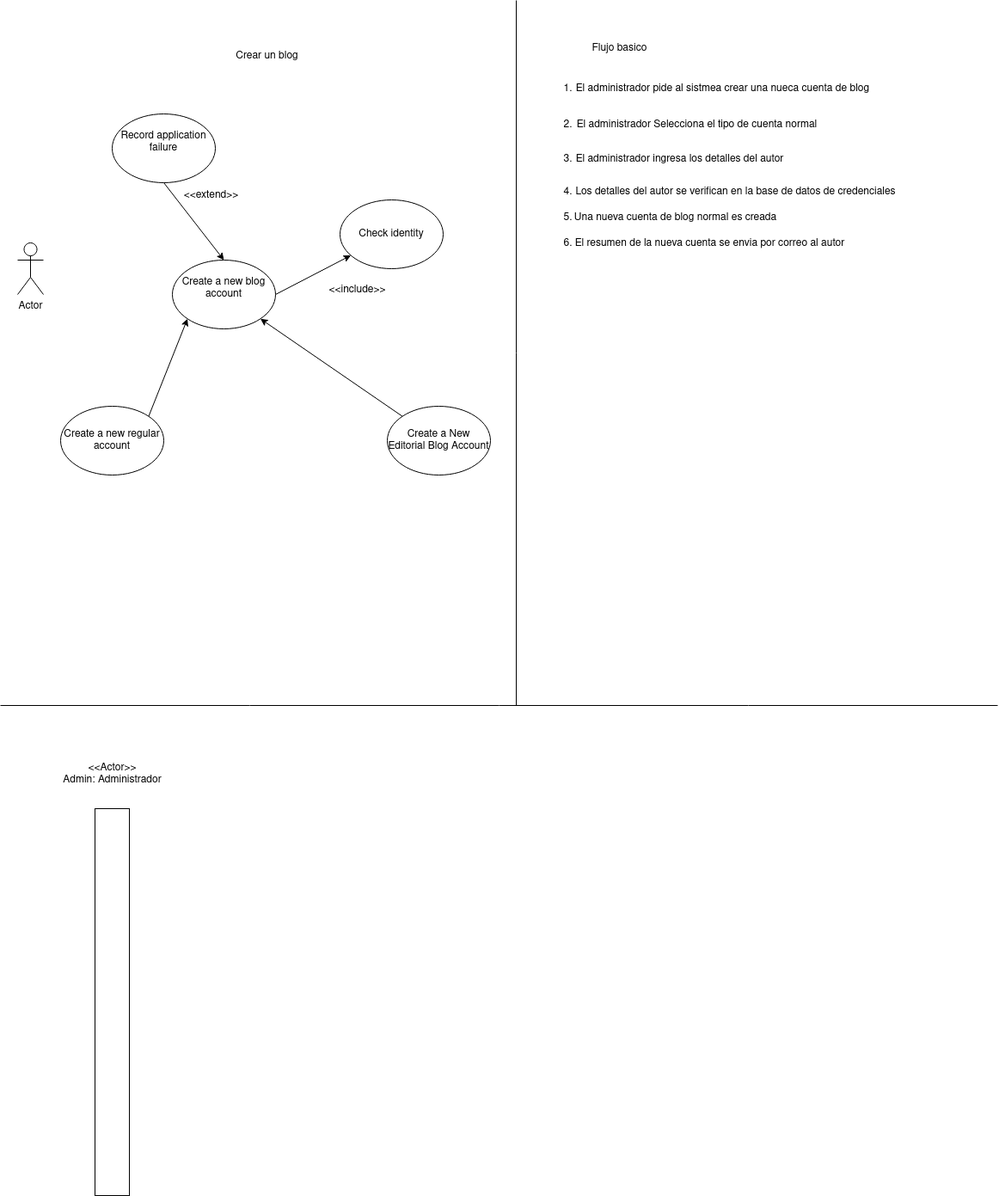
GermanOjeda/Tarea-ETS keeps this draw.io diagram as DSejemplo.drawio.png. Above is the earlier version. Source tidied: cells renumbered, new cells last; positions are measured from the earlier drawing's top-left corner, leaving out a move shared by most shapes.
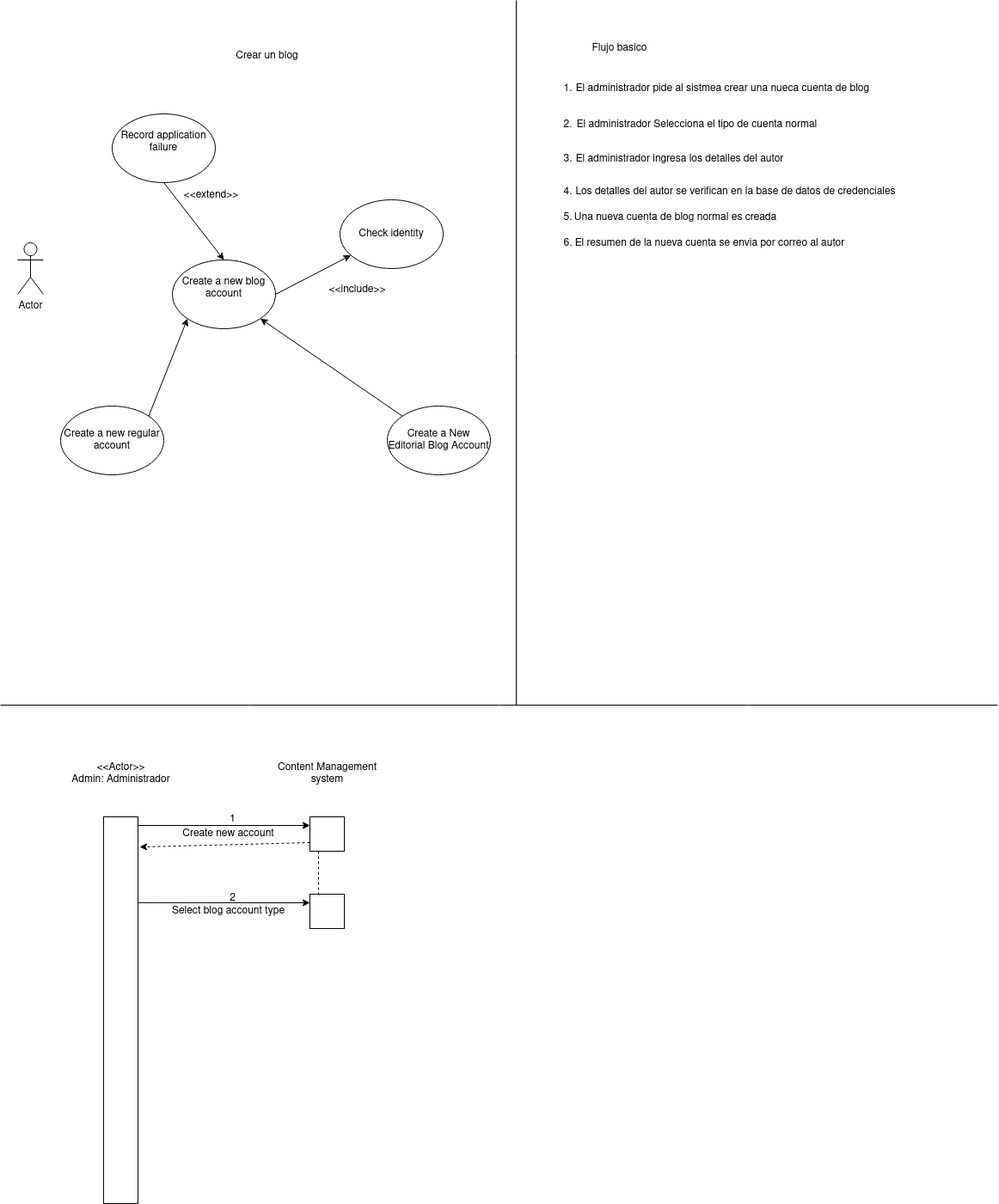
After the change.

Diff of the diagram source:
```diff
@@ -87,10 +87,10 @@
       <mxGeometry x="655" y="268" width="340" height="30" as="geometry" />
     </mxCell>
     <mxCell id="29" value="&lt;div&gt;&amp;lt;&amp;lt;Actor&amp;gt;&amp;gt;&lt;/div&gt;&lt;div&gt;Admin: Administrador&lt;br&gt;&lt;/div&gt;" style="text;html=1;align=center;verticalAlign=middle;strokeColor=none;fillColor=none;" parent="1" vertex="1">
-      <mxGeometry x="60" y="880" width="140" height="40" as="geometry" />
+      <mxGeometry x="70" y="880" width="140" height="40" as="geometry" />
     </mxCell>
     <mxCell id="30" style="rounded=0;whiteSpace=wrap;html=1;" parent="1" vertex="1">
-      <mxGeometry x="110" y="940" width="40" height="450" as="geometry" />
+      <mxGeometry x="120" y="950" width="40" height="450" as="geometry" />
     </mxCell>
     <mxCell id="31" style="endArrow=none;html=1;rounded=0;" parent="1" edge="1">
       <mxGeometry relative="1" as="geometry">
@@ -98,5 +98,42 @@
         <mxPoint x="1160" y="820" as="targetPoint" />
       </mxGeometry>
     </mxCell>
+    <mxCell id="32" value="&lt;div&gt;Content Management&lt;/div&gt;&lt;div&gt;system&lt;br&gt;&lt;/div&gt;" style="text;html=1;align=center;verticalAlign=middle;strokeColor=none;fillColor=none;" parent="1" vertex="1">
+      <mxGeometry x="310" y="880" width="140" height="40" as="geometry" />
+    </mxCell>
+    <mxCell id="33" style="rounded=0;whiteSpace=wrap;html=1;" parent="1" vertex="1">
+      <mxGeometry x="360" y="950" width="40" height="40" as="geometry" />
+    </mxCell>
+    <mxCell id="34" style="edgeStyle=none;jettySize=auto;html=1;rounded=0;entryX=0;entryY=0.25;entryDx=0;entryDy=0;" parent="1" edge="1" target="33">
+      <mxGeometry relative="1" as="geometry">
+        <mxPoint x="160" y="960" as="sourcePoint" />
+      </mxGeometry>
+    </mxCell>
+    <mxCell id="35" value="1" style="text;html=1;align=center;verticalAlign=middle;strokeColor=none;fillColor=none;" parent="1" vertex="1">
+      <mxGeometry x="255" y="938" width="30" height="30" as="geometry" />
+    </mxCell>
+    <mxCell id="36" value="Create new account" style="text;html=1;align=center;verticalAlign=middle;strokeColor=none;fillColor=none;" parent="1" vertex="1">
+      <mxGeometry x="200" y="955" width="130" height="30" as="geometry" />
+    </mxCell>
+    <mxCell id="37" style="rounded=0;whiteSpace=wrap;html=1;" parent="1" vertex="1">
+      <mxGeometry x="360" y="1040" width="40" height="40" as="geometry" />
+    </mxCell>
+    <mxCell id="38" style="edgeStyle=none;jettySize=auto;html=1;rounded=0;dashed=1;entryX=1.05;entryY=0.078;entryDx=0;entryDy=0;entryPerimeter=0;exitX=0;exitY=0.75;exitDx=0;exitDy=0;" parent="1" edge="1" source="33" target="30">
+      <mxGeometry relative="1" as="geometry" />
+    </mxCell>
+    <mxCell id="39" style="edgeStyle=none;jettySize=auto;html=1;rounded=0;dashed=1;entryX=0.25;entryY=0;entryDx=0;entryDy=0;exitX=0;exitY=0.75;exitDx=0;exitDy=0;endArrow=none;endFill=0;" parent="1" edge="1" target="37">
+      <mxGeometry relative="1" as="geometry">
+        <mxPoint x="370" y="990" as="sourcePoint" />
+      </mxGeometry>
+    </mxCell>
+    <mxCell id="40" style="edgeStyle=none;jettySize=auto;html=1;rounded=0;exitX=1;exitY=0.222;exitDx=0;exitDy=0;exitPerimeter=0;entryX=0;entryY=0.25;entryDx=0;entryDy=0;" parent="1" edge="1" source="30" target="37">
+      <mxGeometry relative="1" as="geometry" />
+    </mxCell>
+    <mxCell id="41" value="2" style="text;html=1;align=center;verticalAlign=middle;strokeColor=none;fillColor=none;" parent="1" vertex="1">
+      <mxGeometry x="255" y="1030" width="30" height="30" as="geometry" />
+    </mxCell>
+    <mxCell id="42" value="Select blog account type" style="text;html=1;align=center;verticalAlign=middle;strokeColor=none;fillColor=none;" parent="1" vertex="1">
+      <mxGeometry x="190" y="1045" width="150" height="30" as="geometry" />
+    </mxCell>
   </root>
 </mxGraphModel>
```
